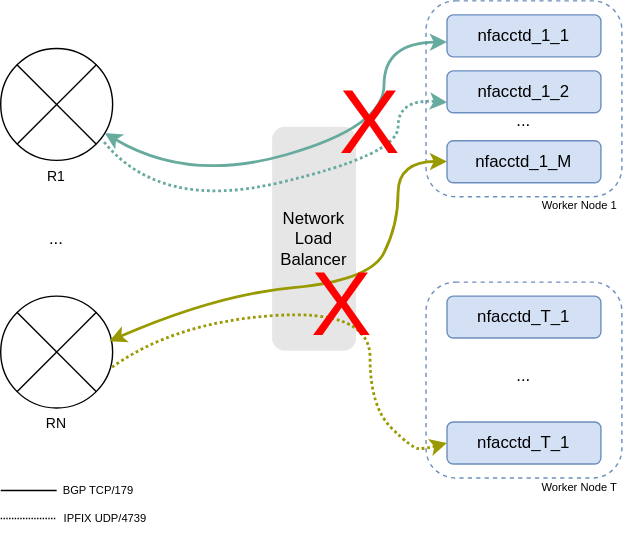
Before: docs/use-cases/images/lb_traffic_no_affinity.svg, a diagram exported from draw.io (datahangar/sfunnel). Source tidied: cells renumbered, new cells last; positions are measured from the earlier drawing's top-left corner, leaving out a move shared by most shapes.
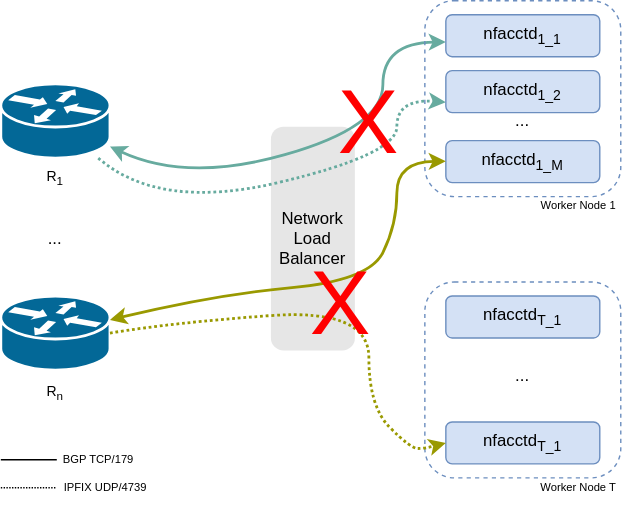
The same file after the commit.

The edit, as a diff of the source:
```diff
@@ -2,13 +2,16 @@
   <root>
     <mxCell id="0" />
     <mxCell id="1" parent="0" />
-    <mxCell id="2" style="shape=sumEllipse;perimeter=ellipsePerimeter;whiteSpace=wrap;html=1;backgroundOutline=1;" parent="1" vertex="1">
-      <mxGeometry y="34" width="80" height="80" as="geometry" />
-    </mxCell>
+    <mxCell id="32" style="shape=mxgraph.cisco.routers.router;sketch=0;html=1;dashed=0;fillColor=#036897;strokeColor=#ffffff;strokeWidth=2;verticalLabelPosition=bottom;verticalAlign=top;align=center;outlineConnect=0;" parent="1" vertex="1">
+      <mxGeometry x="1" y="211" width="78" height="53" as="geometry" />
+    </mxCell>
+    <mxCell id="33" style="shape=mxgraph.cisco.routers.router;sketch=0;html=1;dashed=0;fillColor=#036897;strokeColor=#ffffff;strokeWidth=2;verticalLabelPosition=bottom;verticalAlign=top;align=center;outlineConnect=0;" parent="1" vertex="1">
+      <mxGeometry x="1" y="59.5" width="78" height="53" as="geometry" />
+    </mxCell>
     <mxCell id="3" value="Network&lt;div&gt;Load Balancer&lt;/div&gt;" style="rounded=1;whiteSpace=wrap;html=1;fillColor=#E6E6E6;strokeColor=none;" parent="1" vertex="1">
       <mxGeometry x="194" y="90" width="60" height="160" as="geometry" />
     </mxCell>
-    <mxCell id="4" style="curved=1;endArrow=classic;html=1;rounded=0;strokeWidth=2;strokeColor=#67AB9F;startArrow=classic;startFill=1;entryX=-0.019;entryY=0.648;entryDx=0;entryDy=0;entryPerimeter=0;" parent="1" edge="1" source="2">
+    <mxCell id="4" style="curved=1;endArrow=classic;html=1;rounded=0;strokeWidth=2;strokeColor=#67AB9F;startArrow=classic;startFill=1;entryX=-0.019;entryY=0.648;entryDx=0;entryDy=0;entryPerimeter=0;" parent="1" edge="1" source="33">
       <mxGeometry relative="1" as="geometry">
         <mxPoint x="319" y="29.4" as="targetPoint" />
         <Array as="points">
@@ -18,7 +21,7 @@
         </Array>
       </mxGeometry>
     </mxCell>
-    <mxCell id="5" style="curved=1;endArrow=classic;html=1;rounded=0;strokeWidth=2;strokeColor=#67AB9F;dashed=1;dashPattern=1 1;exitX=0.924;exitY=0.836;exitDx=0;exitDy=0;exitPerimeter=0;entryX=0;entryY=0.75;entryDx=0;entryDy=0;" parent="1" edge="1" source="2" target="17">
+    <mxCell id="5" style="curved=1;endArrow=classic;html=1;rounded=0;strokeWidth=2;strokeColor=#67AB9F;dashed=1;dashPattern=1 1;entryX=0;entryY=0.75;entryDx=0;entryDy=0;" parent="1" edge="1" source="33" target="17">
       <mxGeometry relative="1" as="geometry">
         <Array as="points">
           <mxPoint x="114" y="150" />
@@ -30,40 +33,37 @@
     <mxCell id="6" value="&lt;div&gt;&lt;br&gt;&lt;/div&gt;" style="edgeLabel;html=1;align=center;verticalAlign=middle;labelBackgroundColor=none;fontColor=#006600;" parent="5" vertex="1">
       <mxGeometry y="-10" relative="1" as="geometry" />
     </mxCell>
-    <mxCell id="7" value="&lt;font style=&quot;font-size: 10px;&quot;&gt;R1&lt;/font&gt;" style="text;html=1;align=center;verticalAlign=middle;whiteSpace=wrap;rounded=0;" parent="1" vertex="1">
+    <mxCell id="7" value="&lt;font style=&quot;font-size: 10px;&quot;&gt;R&lt;sub&gt;1&lt;/sub&gt;&lt;/font&gt;" style="text;html=1;align=center;verticalAlign=middle;whiteSpace=wrap;rounded=0;" parent="1" vertex="1">
       <mxGeometry x="5" y="110" width="70" height="30" as="geometry" />
     </mxCell>
     <mxCell id="8" style="rounded=1;whiteSpace=wrap;html=1;fillColor=none;strokeColor=#6C8EBF;dashed=1;" parent="1" vertex="1">
       <mxGeometry x="304" width="140" height="140" as="geometry" />
     </mxCell>
-    <mxCell id="9" value="nfacctd_1_1" style="rounded=1;whiteSpace=wrap;html=1;fillColor=#D4E1F5;strokeColor=#6C8EBF;" parent="1" vertex="1">
+    <mxCell id="9" value="nfacctd&lt;sub&gt;1_1&lt;/sub&gt;" style="rounded=1;whiteSpace=wrap;html=1;fillColor=#D4E1F5;strokeColor=#6C8EBF;" parent="1" vertex="1">
       <mxGeometry x="319" y="10" width="110" height="30" as="geometry" />
     </mxCell>
-    <mxCell id="10" value="nfacctd_1_M" style="rounded=1;whiteSpace=wrap;html=1;fillColor=#D4E1F5;strokeColor=#6C8EBF;" parent="1" vertex="1">
+    <mxCell id="10" value="nfacctd&lt;sub&gt;1_M&lt;/sub&gt;" style="rounded=1;whiteSpace=wrap;html=1;fillColor=#D4E1F5;strokeColor=#6C8EBF;" parent="1" vertex="1">
       <mxGeometry x="319" y="100" width="110" height="30" as="geometry" />
     </mxCell>
-    <mxCell id="11" style="shape=sumEllipse;perimeter=ellipsePerimeter;whiteSpace=wrap;html=1;backgroundOutline=1;" parent="1" vertex="1">
-      <mxGeometry y="211" width="80" height="80" as="geometry" />
-    </mxCell>
-    <mxCell id="12" value="&lt;font style=&quot;font-size: 10px;&quot;&gt;RN&lt;/font&gt;" style="text;html=1;align=center;verticalAlign=middle;whiteSpace=wrap;rounded=0;" parent="1" vertex="1">
-      <mxGeometry x="5" y="287" width="70" height="30" as="geometry" />
+    <mxCell id="12" value="&lt;font style=&quot;font-size: 10px;&quot;&gt;R&lt;sub&gt;n&lt;/sub&gt;&lt;/font&gt;" style="text;html=1;align=center;verticalAlign=middle;whiteSpace=wrap;rounded=0;" parent="1" vertex="1">
+      <mxGeometry x="5" y="264" width="70" height="30" as="geometry" />
     </mxCell>
     <mxCell id="13" style="rounded=1;whiteSpace=wrap;html=1;fillColor=none;strokeColor=#6C8EBF;dashed=1;" parent="1" vertex="1">
       <mxGeometry x="304" y="201" width="140" height="140" as="geometry" />
     </mxCell>
-    <mxCell id="14" value="nfacctd_T_1" style="rounded=1;whiteSpace=wrap;html=1;fillColor=#D4E1F5;strokeColor=#6C8EBF;" parent="1" vertex="1">
+    <mxCell id="14" value="nfacctd&lt;sub&gt;T_1&lt;/sub&gt;" style="rounded=1;whiteSpace=wrap;html=1;fillColor=#D4E1F5;strokeColor=#6C8EBF;" parent="1" vertex="1">
       <mxGeometry x="319" y="211" width="110" height="30" as="geometry" />
     </mxCell>
-    <mxCell id="15" value="nfacctd_T_1" style="rounded=1;whiteSpace=wrap;html=1;fillColor=#D4E1F5;strokeColor=#6C8EBF;" parent="1" vertex="1">
+    <mxCell id="15" value="nfacctd&lt;sub&gt;T_1&lt;/sub&gt;" style="rounded=1;whiteSpace=wrap;html=1;fillColor=#D4E1F5;strokeColor=#6C8EBF;" parent="1" vertex="1">
       <mxGeometry x="319" y="301" width="110" height="30" as="geometry" />
     </mxCell>
     <mxCell id="16" value="..." style="text;html=1;align=center;verticalAlign=middle;whiteSpace=wrap;rounded=0;" parent="1" vertex="1">
       <mxGeometry x="10" y="155" width="60" height="30" as="geometry" />
     </mxCell>
-    <mxCell id="17" value="nfacctd_1_2" style="rounded=1;whiteSpace=wrap;html=1;fillColor=#D4E1F5;strokeColor=#6C8EBF;" parent="1" vertex="1">
+    <mxCell id="17" value="nfacctd&lt;sub&gt;1_2&lt;/sub&gt;" style="rounded=1;whiteSpace=wrap;html=1;fillColor=#D4E1F5;strokeColor=#6C8EBF;" parent="1" vertex="1">
       <mxGeometry x="319" y="50" width="110" height="30" as="geometry" />
     </mxCell>
-    <mxCell id="18" style="curved=1;endArrow=classic;html=1;rounded=0;strokeWidth=2;strokeColor=#999900;startArrow=classic;startFill=1;entryX=-0.019;entryY=0.648;entryDx=0;entryDy=0;entryPerimeter=0;exitX=0.971;exitY=0.403;exitDx=0;exitDy=0;exitPerimeter=0;" parent="1" edge="1" source="11">
+    <mxCell id="18" style="curved=1;endArrow=classic;html=1;rounded=0;strokeWidth=2;strokeColor=#999900;startArrow=classic;startFill=1;entryX=-0.019;entryY=0.648;entryDx=0;entryDy=0;entryPerimeter=0;" parent="1" edge="1" source="32">
       <mxGeometry relative="1" as="geometry">
         <mxPoint x="319" y="114.7" as="targetPoint" />
         <Array as="points">
@@ -77,7 +77,7 @@
     <mxCell id="19" value="&lt;div&gt;&lt;br&gt;&lt;/div&gt;&lt;div&gt;&lt;br&gt;&lt;/div&gt;" style="edgeLabel;html=1;align=center;verticalAlign=middle;" parent="18" vertex="1">
       <mxGeometry x="0.7" y="9" relative="1" as="geometry" />
     </mxCell>
-    <mxCell id="20" style="curved=1;endArrow=classic;html=1;rounded=0;strokeWidth=2;strokeColor=#999900;dashed=1;dashPattern=1 1;exitX=0.995;exitY=0.635;exitDx=0;exitDy=0;exitPerimeter=0;entryX=0;entryY=0.5;entryDx=0;entryDy=0;" parent="1" edge="1" source="11" target="15">
+    <mxCell id="20" style="curved=1;endArrow=classic;html=1;rounded=0;strokeWidth=2;strokeColor=#999900;dashed=1;dashPattern=1 1;entryX=0;entryY=0.5;entryDx=0;entryDy=0;exitX=1;exitY=0.5;exitDx=0;exitDy=0;exitPerimeter=0;" parent="1" edge="1" source="32" target="15">
       <mxGeometry relative="1" as="geometry">
         <Array as="points">
           <mxPoint x="124" y="230" />
@@ -93,21 +93,21 @@
     </mxCell>
     <mxCell id="22" style="endArrow=none;html=1;rounded=0;" parent="1" edge="1">
       <mxGeometry relative="1" as="geometry">
-        <mxPoint y="350" as="sourcePoint" />
-        <mxPoint x="40" y="350" as="targetPoint" />
+        <mxPoint x="1" y="328" as="sourcePoint" />
+        <mxPoint x="41" y="328" as="targetPoint" />
       </mxGeometry>
     </mxCell>
     <mxCell id="23" style="endArrow=none;html=1;rounded=0;dashed=1;dashPattern=1 1;" parent="1" edge="1">
       <mxGeometry relative="1" as="geometry">
-        <mxPoint y="370" as="sourcePoint" />
-        <mxPoint x="40" y="370" as="targetPoint" />
+        <mxPoint x="1" y="348" as="sourcePoint" />
+        <mxPoint x="41" y="348" as="targetPoint" />
       </mxGeometry>
     </mxCell>
     <mxCell id="24" value="&lt;font style=&quot;font-size: 8px;&quot;&gt;BGP TCP/179&lt;/font&gt;" style="text;html=1;align=center;verticalAlign=middle;whiteSpace=wrap;rounded=0;" parent="1" vertex="1">
-      <mxGeometry x="40" y="334" width="60" height="30" as="geometry" />
+      <mxGeometry x="41" y="312" width="60" height="30" as="geometry" />
     </mxCell>
     <mxCell id="25" value="&lt;font style=&quot;font-size: 8px;&quot;&gt;IPFIX UDP/4739&lt;/font&gt;" style="text;html=1;align=center;verticalAlign=middle;whiteSpace=wrap;rounded=0;" parent="1" vertex="1">
-      <mxGeometry x="40" y="354" width="70" height="30" as="geometry" />
+      <mxGeometry x="41" y="332" width="70" height="30" as="geometry" />
     </mxCell>
     <mxCell id="26" value="..." style="text;html=1;align=center;verticalAlign=middle;whiteSpace=wrap;rounded=0;" parent="1" vertex="1">
       <mxGeometry x="344" y="71" width="60" height="30" as="geometry" />
```
